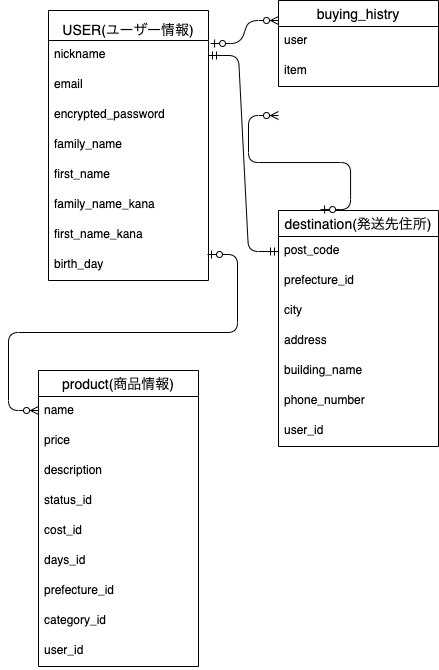
Above: ER.png in keitogit/furima-37392 (draw.io), before the change. Source tidied: cells renumbered, new cells last; positions are measured from the earlier drawing's top-left corner, leaving out a move shared by most shapes.
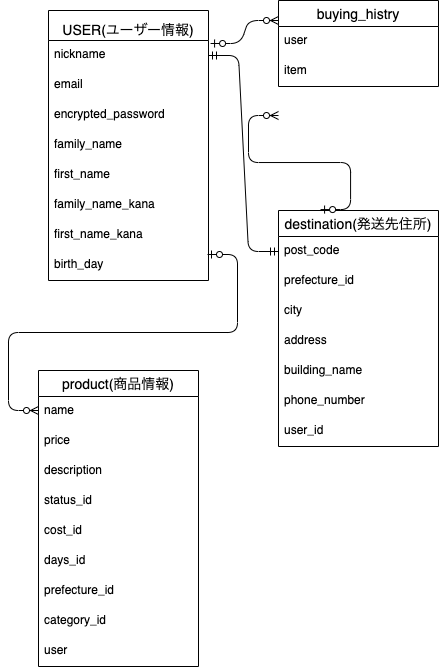
After the change.

The edit, as a diff of the source:
```diff
@@ -62,7 +62,7 @@
     <mxCell id="20" value="category_id" style="text;strokeColor=none;fillColor=none;spacingLeft=4;spacingRight=4;overflow=hidden;fontSize=12;" parent="12" vertex="1">
       <mxGeometry y="236" width="160" height="30" as="geometry" />
     </mxCell>
-    <mxCell id="21" value="user_id" style="text;strokeColor=none;fillColor=none;spacingLeft=4;spacingRight=4;overflow=hidden;fontSize=12;" parent="12" vertex="1">
+    <mxCell id="21" value="user" style="text;strokeColor=none;fillColor=none;spacingLeft=4;spacingRight=4;overflow=hidden;fontSize=12;" parent="12" vertex="1">
       <mxGeometry y="266" width="160" height="30" as="geometry" />
     </mxCell>
     <mxCell id="22" style="edgeStyle=none;html=1;exitX=0;exitY=0.5;exitDx=0;exitDy=0;" parent="1" edge="1" source="3">
```
